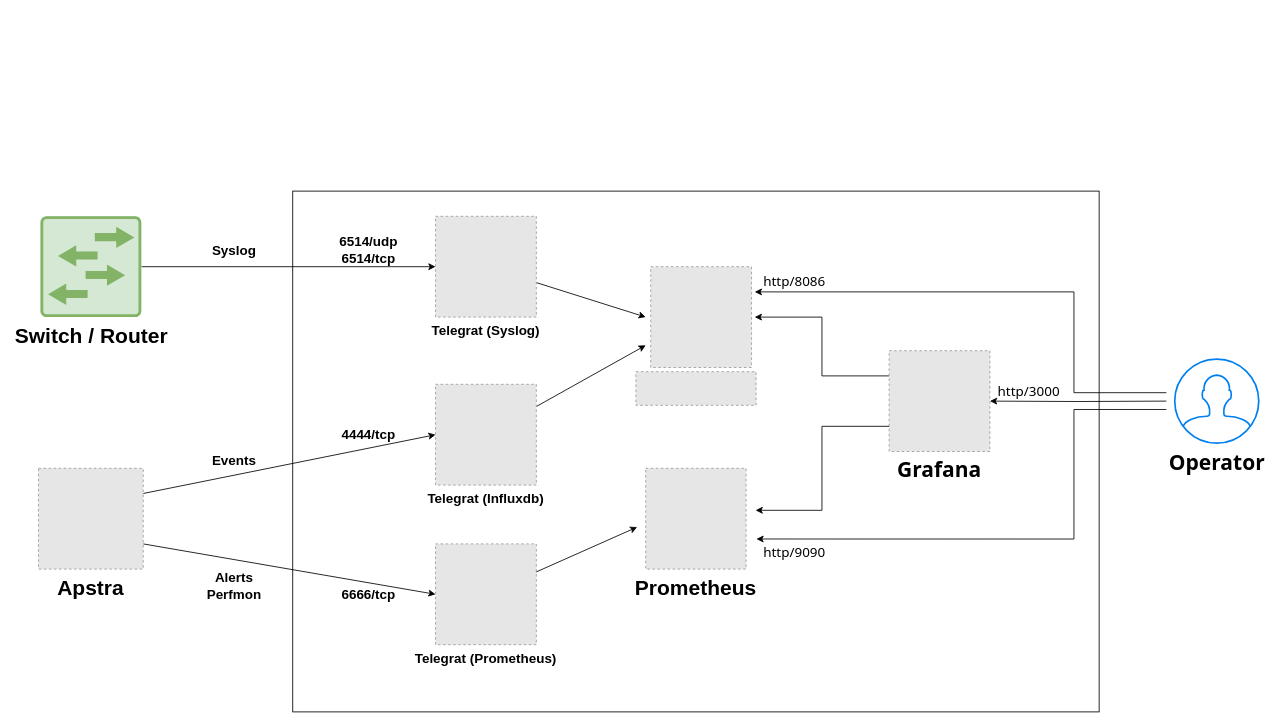
nchekwa/aosom-streaming keeps this draw.io diagram as images/AOSOM.drawio. Above is the earlier version. Source tidied: cells renumbered, new cells numbered last; positions are measured from the earlier drawing's top-left corner, leaving out a move shared by most shapes. Both pictures are drawn from the tidied source at 84%, with x=0, y=0 at pixel (38, 191). Pictures stored in the file or linked from it are replaced by grey dashed boxes.
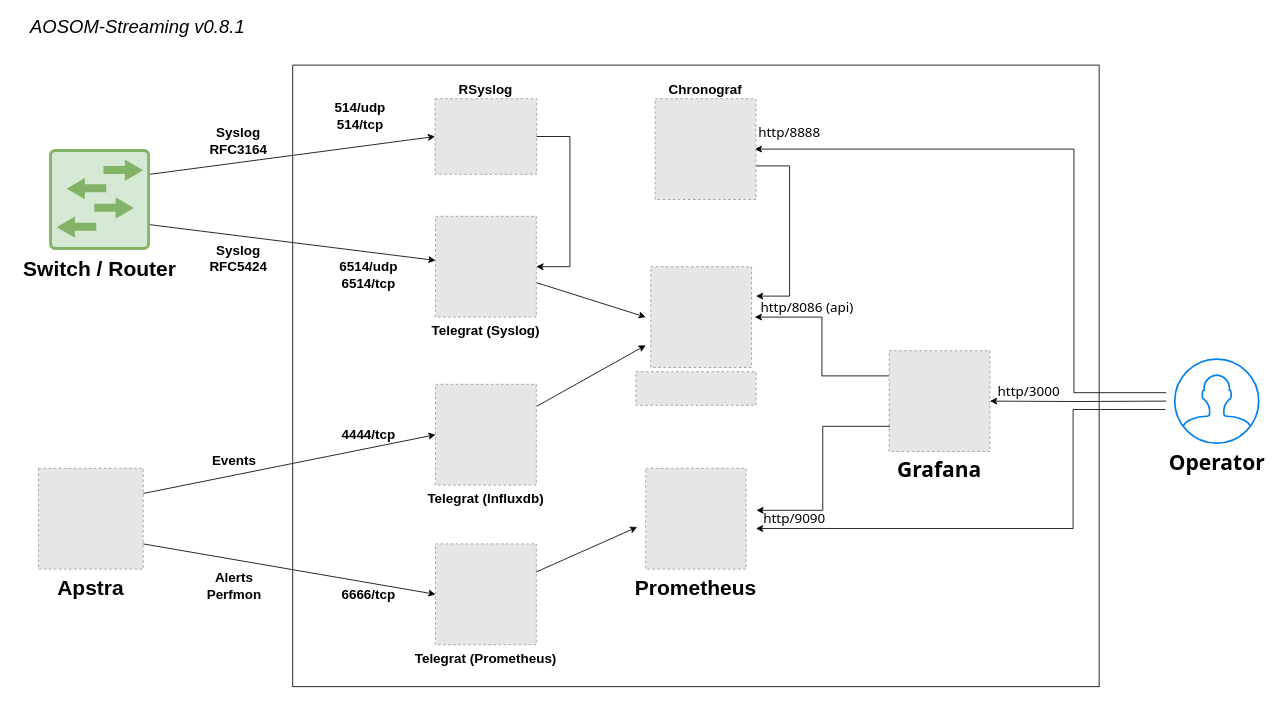
Above is the later version.

Unchanged cells that the change refers to:
```xml
<mxCell id="4" value="Telegrat (Syslog)" style="fillColor=#E6E6E6;strokeColor=#999999;dashed=1;verticalLabelPosition=bottom;labelBackgroundColor=#ffffff;verticalAlign=top;fontSize=16;fontStyle=1;" parent="1" vertex="1">
  <mxGeometry x="473" y="30" width="120" height="120" as="geometry" />
</mxCell>
<mxCell id="20" value="Grafana" style="fillColor=#E6E6E6;strokeColor=#999999;dashed=1;verticalLabelPosition=bottom;labelBackgroundColor=none;verticalAlign=top;fontSize=25;fontStyle=1;fontFamily=Tahoma;" parent="1" vertex="1">
  <mxGeometry x="1013" y="190" width="120" height="120" as="geometry" />
</mxCell>
```

What changed in the source:
```diff
@@
     <mxCell id="2" style="rounded=0;whiteSpace=wrap;html=1;" parent="1" vertex="1">
-      <mxGeometry x="303" width="960" height="620" as="geometry" />
+      <mxGeometry x="303" y="-150" width="960" height="740" as="geometry" />
     </mxCell>
@@
-    <mxCell id="5" style="edgeStyle=orthogonalEdgeStyle;rounded=0;jettySize=auto;html=1;" parent="1" edge="1" source="6" target="4">
+    <mxCell id="5" style="rounded=0;jettySize=auto;html=1;exitX=1;exitY=0.75;exitDx=0;exitDy=0;exitPerimeter=0;" parent="1" edge="1" source="6" target="4">
       <mxGeometry relative="1" as="geometry" />
     </mxCell>
     <mxCell id="6" value="Switch / Router" style="points=[[0.015,0.015,0],[0.985,0.015,0],[0.985,0.985,0],[0.015,0.985,0],[0.25,0,0],[0.5,0,0],[0.75,0,0],[1,0.25,0],[1,0.5,0],[1,0.75,0],[0.75,1,0],[0.5,1,0],[0.25,1,0],[0,0.75,0],[0,0.5,0],[0,0.25,0]];verticalLabelPosition=bottom;html=1;verticalAlign=top;align=center;shape=mxgraph.cisco19.rect;prIcon=l2_switch;fillColor=#d5e8d4;strokeColor=#82b366;fontSize=25;fontStyle=1;" parent="1" vertex="1">
-      <mxGeometry x="2.7" y="30" width="120" height="120" as="geometry" />
+      <mxGeometry x="13" y="-50" width="120" height="120" as="geometry" />
     </mxCell>
@@
     <mxCell id="12" value="6514/udp&lt;br&gt;6514/tcp" style="text;html=1;align=center;verticalAlign=middle;strokeColor=none;fontSize=16;fontStyle=1;" parent="1" vertex="1">
-      <mxGeometry x="353" y="50" width="80" height="40" as="geometry" />
+      <mxGeometry x="353" y="80" width="80" height="40" as="geometry" />
     </mxCell>
@@
-    <mxCell id="15" value="Syslog" style="text;html=1;align=center;verticalAlign=middle;strokeColor=none;fontSize=16;fontStyle=1;" parent="1" vertex="1">
-      <mxGeometry x="198" y="60" width="70" height="20" as="geometry" />
+    <mxCell id="15" value="Syslog&lt;br&gt;RFC5424" style="text;html=1;align=center;verticalAlign=middle;strokeColor=none;fontSize=16;fontStyle=1;" parent="1" vertex="1">
+      <mxGeometry x="198" y="60" width="80" height="40" as="geometry" />
     </mxCell>
@@
-    <mxCell id="22" style="edgeStyle=orthogonalEdgeStyle;rounded=0;jettySize=auto;html=1;fontSize=16;fontColor=none;exitX=0;exitY=0.75;exitDx=0;exitDy=0;" parent="1" edge="1" source="20">
+    <mxCell id="22" style="edgeStyle=orthogonalEdgeStyle;rounded=0;orthogonalLoop=1;jettySize=auto;html=1;fontSize=16;fontColor=none;exitX=0;exitY=0.75;exitDx=0;exitDy=0;" parent="1" edge="1">
       <mxGeometry relative="1" as="geometry">
-        <mxPoint x="854" y="380" as="targetPoint" />
+        <mxPoint x="1014" y="280" as="sourcePoint" />
+        <mxPoint x="855" y="380" as="targetPoint" />
         <Array as="points">
-          <mxPoint x="933" y="280" />
-          <mxPoint x="933" y="380" />
+          <mxPoint x="934" y="280" />
+          <mxPoint x="934" y="380" />
         </Array>
       </mxGeometry>
     </mxCell>
@@
     <mxCell id="24" style="edgeStyle=orthogonalEdgeStyle;rounded=0;orthogonalLoop=1;jettySize=auto;html=1;fontFamily=Tahoma;fontSize=25;fontColor=none;" parent="1" edge="1">
       <mxGeometry relative="1" as="geometry">
         <mxPoint x="1343" y="240" as="sourcePoint" />
-        <mxPoint x="853" y="120" as="targetPoint" />
+        <mxPoint x="853" y="-50" as="targetPoint" />
         <Array as="points">
           <mxPoint x="1233" y="240" />
-          <mxPoint x="1233" y="120" />
+          <mxPoint x="1233" y="-50" />
         </Array>
       </mxGeometry>
     </mxCell>
@@
-    <mxCell id="27" style="edgeStyle=orthogonalEdgeStyle;rounded=0;jettySize=auto;html=1;fontFamily=Tahoma;fontSize=25;fontColor=none;entryX=0.575;entryY=0.668;entryDx=0;entryDy=0;entryPerimeter=0;" parent="1" edge="1" target="2">
+    <mxCell id="27" style="edgeStyle=orthogonalEdgeStyle;rounded=0;jettySize=auto;html=1;fontFamily=Tahoma;fontSize=25;fontColor=none;entryX=0;entryY=1.086;entryDx=0;entryDy=0;entryPerimeter=0;" parent="1" edge="1" target="30">
       <mxGeometry relative="1" as="geometry">
-        <mxPoint x="1343" y="260" as="sourcePoint" />
+        <mxPoint x="1342" y="260" as="sourcePoint" />
         <Array as="points">
-          <mxPoint x="1233" y="260" />
-          <mxPoint x="1233" y="414" />
-          <mxPoint x="855" y="414" />
+          <mxPoint x="1232" y="260" />
+          <mxPoint x="1232" y="402" />
+          <mxPoint x="855" y="402" />
         </Array>
       </mxGeometry>
     </mxCell>
@@
-    <mxCell id="29" value="http/8086" style="text;html=1;align=center;verticalAlign=middle;strokeColor=none;fontSize=16;fontFamily=Tahoma;fontColor=#000000;" parent="1" vertex="1">
-      <mxGeometry x="854.5" y="97" width="90" height="20" as="geometry" />
+    <mxCell id="29" value="http/8086 (api)" style="text;html=1;align=center;verticalAlign=middle;strokeColor=none;fontSize=16;fontFamily=Tahoma;fontColor=#000000;" parent="1" vertex="1">
+      <mxGeometry x="854.5" y="128" width="120" height="20" as="geometry" />
     </mxCell>
     <mxCell id="30" value="http/9090" style="text;html=1;align=center;verticalAlign=middle;points=[];strokeColor=none;fontSize=16;fontFamily=Tahoma;fontColor=#000000;" parent="1" vertex="1">
-      <mxGeometry x="854.5" y="420" width="90" height="20" as="geometry" />
+      <mxGeometry x="854.5" y="380" width="90" height="20" as="geometry" />
     </mxCell>
@@
+    <mxCell id="33" value="RSyslog" style="fillColor=#E6E6E6;strokeColor=#999999;dashed=1;verticalLabelPosition=top;labelBackgroundColor=#ffffff;verticalAlign=bottom;fontSize=16;fontStyle=1;labelPosition=center;align=center;" parent="1" vertex="1">
+      <mxGeometry x="472.4" y="-110" width="121" height="90" as="geometry" />
+    </mxCell>
+    <mxCell id="34" style="rounded=0;jettySize=auto;html=1;exitX=1;exitY=0.25;exitDx=0;exitDy=0;exitPerimeter=0;entryX=0;entryY=0.5;entryDx=0;entryDy=0;" parent="1" edge="1" source="6" target="33">
+      <mxGeometry relative="1" as="geometry" />
+    </mxCell>
+    <mxCell id="35" value="514/udp&lt;br&gt;514/tcp" style="text;html=1;align=center;verticalAlign=middle;strokeColor=none;fontSize=16;fontStyle=1;" parent="1" vertex="1">
+      <mxGeometry x="343" y="-110" width="80" height="40" as="geometry" />
+    </mxCell>
+    <mxCell id="36" value="Syslog&lt;br&gt;RFC3164" style="text;html=1;align=center;verticalAlign=middle;strokeColor=none;fontSize=16;fontStyle=1;" parent="1" vertex="1">
+      <mxGeometry x="198" y="-80" width="80" height="40" as="geometry" />
+    </mxCell>
+    <mxCell id="37" style="rounded=0;jettySize=auto;html=1;entryX=1;entryY=0.5;entryDx=0;entryDy=0;edgeStyle=orthogonalEdgeStyle;exitX=1;exitY=0.5;exitDx=0;exitDy=0;" parent="1" edge="1" source="33" target="4">
+      <mxGeometry relative="1" as="geometry">
+        <Array as="points">
+          <mxPoint x="633" y="-65" />
+          <mxPoint x="633" y="90" />
+        </Array>
+      </mxGeometry>
+    </mxCell>
+    <mxCell id="38" value="Chronograf" style="fillColor=#E6E6E6;strokeColor=#999999;dashed=1;verticalLabelPosition=top;labelBackgroundColor=#ffffff;verticalAlign=bottom;labelPosition=center;align=center;fontSize=16;fontStyle=1;" parent="1" vertex="1">
+      <mxGeometry x="734.5" y="-110" width="120" height="120" as="geometry" />
+    </mxCell>
+    <mxCell id="39" value="http/8888" style="text;html=1;align=center;verticalAlign=middle;strokeColor=none;fontSize=16;fontFamily=Tahoma;fontColor=#000000;" parent="1" vertex="1">
+      <mxGeometry x="849.2" y="-80" width="90" height="20" as="geometry" />
+    </mxCell>
+    <mxCell id="40" style="rounded=0;orthogonalLoop=1;jettySize=auto;html=1;entryX=1;entryY=0.5;entryDx=0;entryDy=0;edgeStyle=orthogonalEdgeStyle;exitX=1;exitY=0.5;exitDx=0;exitDy=0;" parent="1" edge="1">
+      <mxGeometry relative="1" as="geometry">
+        <mxPoint x="854.9" y="-30" as="sourcePoint" />
+        <mxPoint x="854.5" y="125" as="targetPoint" />
+        <Array as="points">
+          <mxPoint x="894.5" y="-30" />
+          <mxPoint x="894.5" y="125" />
+        </Array>
+      </mxGeometry>
+    </mxCell>
+    <mxCell id="41" value="AOSOM-Streaming v0.8.1" style="text;html=1;align=center;verticalAlign=middle;strokeColor=none;fillColor=none;fontSize=22;fontStyle=2;" parent="1" vertex="1">
+      <mxGeometry x="-17" y="-210" width="270" height="30" as="geometry" />
+    </mxCell>
```
